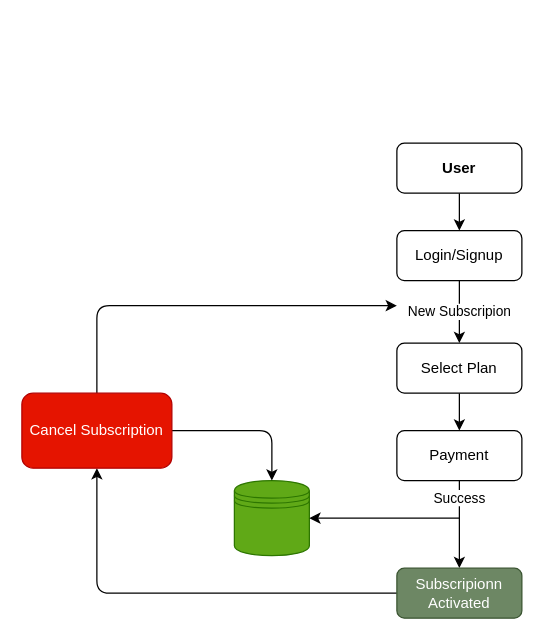
This is design_and_requirements/subscripiton.drawio from Movie-Flex/movie-search, a draw.io file, before an edit. Source tidied: cells renumbered, new cells numbered last; positions are measured from the earlier drawing's top-left corner, leaving out a move shared by most shapes. Both pictures are drawn from the tidied source at 125%, with x=0, y=0 at pixel (21, 142).
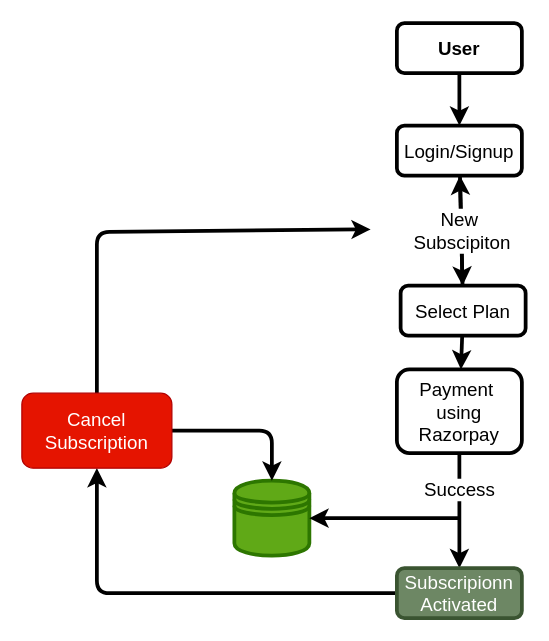
The same page after the edit.

Diff of the diagram source:
```diff
@@
-    <mxCell id="2" style="edgeStyle=none;html=1;" parent="1" edge="1" source="3" target="5">
+    <mxCell id="2" style="edgeStyle=none;html=1;strokeWidth=3;" parent="1" edge="1" source="3" target="5">
       <mxGeometry relative="1" as="geometry" />
     </mxCell>
-    <mxCell id="3" value="&lt;b&gt;User&lt;/b&gt;" style="rounded=1;whiteSpace=wrap;html=1;" parent="1" vertex="1">
-      <mxGeometry x="300" width="100" height="40" as="geometry" />
+    <mxCell id="3" value="&lt;b&gt;&lt;font style=&quot;font-size: 15px;&quot;&gt;User&lt;/font&gt;&lt;/b&gt;" style="rounded=1;whiteSpace=wrap;html=1;strokeWidth=3;" parent="1" vertex="1">
+      <mxGeometry x="300" y="-96" width="100" height="40" as="geometry" />
     </mxCell>
-    <mxCell id="4" value="New Subscripion" style="edgeStyle=none;html=1;" parent="1" edge="1" source="5" target="7">
-      <mxGeometry relative="1" as="geometry" />
+    <mxCell id="4" style="edgeStyle=none;html=1;strokeWidth=3;" parent="1" edge="1" source="5" target="7">
+      <mxGeometry x="-0.41" y="4" relative="1" as="geometry" />
     </mxCell>
-    <mxCell id="5" value="Login/Signup" style="rounded=1;whiteSpace=wrap;html=1;" parent="1" vertex="1">
-      <mxGeometry x="300" y="70" width="100" height="40" as="geometry" />
+    <mxCell id="5" value="&lt;font style=&quot;font-size: 15px;&quot;&gt;Login/Signup&lt;/font&gt;" style="rounded=1;whiteSpace=wrap;html=1;strokeWidth=3;" parent="1" vertex="1">
+      <mxGeometry x="300" y="-14" width="100" height="40" as="geometry" />
     </mxCell>
-    <mxCell id="6" style="edgeStyle=none;html=1;" parent="1" edge="1" source="7" target="9">
+    <mxCell id="6" style="edgeStyle=none;html=1;strokeWidth=3;" parent="1" edge="1" source="7" target="9">
       <mxGeometry relative="1" as="geometry" />
     </mxCell>
+    <mxCell id="17" value="New&amp;nbsp;&lt;br&gt;Subscipiton" style="edgeStyle=none;html=1;strokeWidth=3;fontSize=15;" parent="1" edge="1" source="7" target="5">
+      <mxGeometry relative="1" as="geometry" />
+    </mxCell>
-    <mxCell id="7" value="Select Plan" style="rounded=1;whiteSpace=wrap;html=1;" parent="1" vertex="1">
-      <mxGeometry x="300" y="160" width="100" height="40" as="geometry" />
+    <mxCell id="7" value="&lt;font style=&quot;font-size: 15px;&quot;&gt;Select Plan&lt;/font&gt;" style="rounded=1;whiteSpace=wrap;html=1;strokeWidth=3;" parent="1" vertex="1">
+      <mxGeometry x="303" y="114" width="100" height="40" as="geometry" />
     </mxCell>
-    <mxCell id="8" value="Success" style="edgeStyle=none;html=1;" parent="1" edge="1" source="9" target="11">
-      <mxGeometry x="-0.6" relative="1" as="geometry">
+    <mxCell id="8" value="&lt;font style=&quot;font-size: 15px;&quot;&gt;Success&lt;/font&gt;" style="edgeStyle=none;html=1;strokeWidth=3;" parent="1" edge="1" source="9" target="11">
+      <mxGeometry x="-0.37" relative="1" as="geometry">
         <Array as="points">
           <mxPoint x="350" y="310" />
         </Array>
       </mxGeometry>
     </mxCell>
-    <mxCell id="9" value="Payment" style="rounded=1;whiteSpace=wrap;html=1;" parent="1" vertex="1">
-      <mxGeometry x="300" y="230" width="100" height="40" as="geometry" />
+    <mxCell id="9" value="&lt;font style=&quot;font-size: 15px;&quot;&gt;Payment&amp;nbsp; using Razorpay&lt;/font&gt;" style="rounded=1;whiteSpace=wrap;html=1;strokeWidth=3;" parent="1" vertex="1">
+      <mxGeometry x="300" y="181" width="100" height="67" as="geometry" />
     </mxCell>
-    <mxCell id="10" style="edgeStyle=none;html=1;" parent="1" edge="1" source="11" target="15">
+    <mxCell id="10" style="edgeStyle=none;html=1;strokeWidth=3;" parent="1" edge="1" source="11" target="15">
       <mxGeometry relative="1" as="geometry">
         <Array as="points">
           <mxPoint x="60" y="360" />
         </Array>
       </mxGeometry>
     </mxCell>
-    <mxCell id="11" value="Subscripionn Activated" style="rounded=1;whiteSpace=wrap;html=1;fillColor=#6d8764;fontColor=#ffffff;strokeColor=#3A5431;" parent="1" vertex="1">
+    <mxCell id="11" value="&lt;font style=&quot;font-size: 15px;&quot;&gt;Subscripionn Activated&lt;/font&gt;" style="rounded=1;whiteSpace=wrap;html=1;fillColor=#6d8764;fontColor=#ffffff;strokeColor=#3A5431;strokeWidth=3;" parent="1" vertex="1">
       <mxGeometry x="300" y="340" width="100" height="40" as="geometry" />
     </mxCell>
-    <mxCell id="12" style="shape=datastore;whiteSpace=wrap;html=1;fillColor=#60a917;fontColor=#ffffff;strokeColor=#2D7600;" parent="1" vertex="1">
+    <mxCell id="12" style="shape=datastore;whiteSpace=wrap;html=1;fillColor=#60a917;fontColor=#ffffff;strokeColor=#2D7600;strokeWidth=3;" parent="1" vertex="1">
       <mxGeometry x="170" y="270" width="60" height="60" as="geometry" />
     </mxCell>
-    <mxCell id="13" style="edgeStyle=none;html=1;" parent="1" edge="1" source="15">
+    <mxCell id="13" style="edgeStyle=none;html=1;strokeWidth=3;" parent="1" edge="1" source="15">
       <mxGeometry relative="1" as="geometry">
-        <mxPoint x="300" y="130" as="targetPoint" />
+        <mxPoint x="279" y="69" as="targetPoint" />
         <Array as="points">
-          <mxPoint x="60" y="130" />
+          <mxPoint x="60" y="71" />
         </Array>
       </mxGeometry>
     </mxCell>
-    <mxCell id="14" style="edgeStyle=none;html=1;exitX=1;exitY=0.5;exitDx=0;exitDy=0;entryX=0.5;entryY=0;entryDx=0;entryDy=0;" parent="1" edge="1" source="15" target="12">
+    <mxCell id="14" style="edgeStyle=none;html=1;exitX=1;exitY=0.5;exitDx=0;exitDy=0;entryX=0.5;entryY=0;entryDx=0;entryDy=0;strokeWidth=3;" parent="1" edge="1" source="15" target="12">
       <mxGeometry relative="1" as="geometry">
         <Array as="points">
           <mxPoint x="200" y="230" />
         </Array>
       </mxGeometry>
     </mxCell>
-    <mxCell id="15" value="Cancel Subscription" style="whiteSpace=wrap;html=1;rounded=1;fillColor=#e51400;fontColor=#ffffff;strokeColor=#B20000;" parent="1" vertex="1">
+    <mxCell id="15" value="&lt;font style=&quot;font-size: 15px;&quot;&gt;Cancel Subscription&lt;/font&gt;" style="whiteSpace=wrap;html=1;rounded=1;fillColor=#e51400;fontColor=#ffffff;strokeColor=#B20000;" parent="1" vertex="1">
       <mxGeometry y="200" width="120" height="60" as="geometry" />
     </mxCell>
-    <mxCell id="16" style="endArrow=classic;html=1;entryX=1;entryY=0.5;entryDx=0;entryDy=0;" parent="1" edge="1" target="12">
+    <mxCell id="16" style="endArrow=classic;html=1;entryX=1;entryY=0.5;entryDx=0;entryDy=0;strokeWidth=3;" parent="1" edge="1" target="12">
       <mxGeometry relative="1" as="geometry">
         <mxPoint x="350" y="300" as="sourcePoint" />
       </mxGeometry>
     </mxCell>
```
